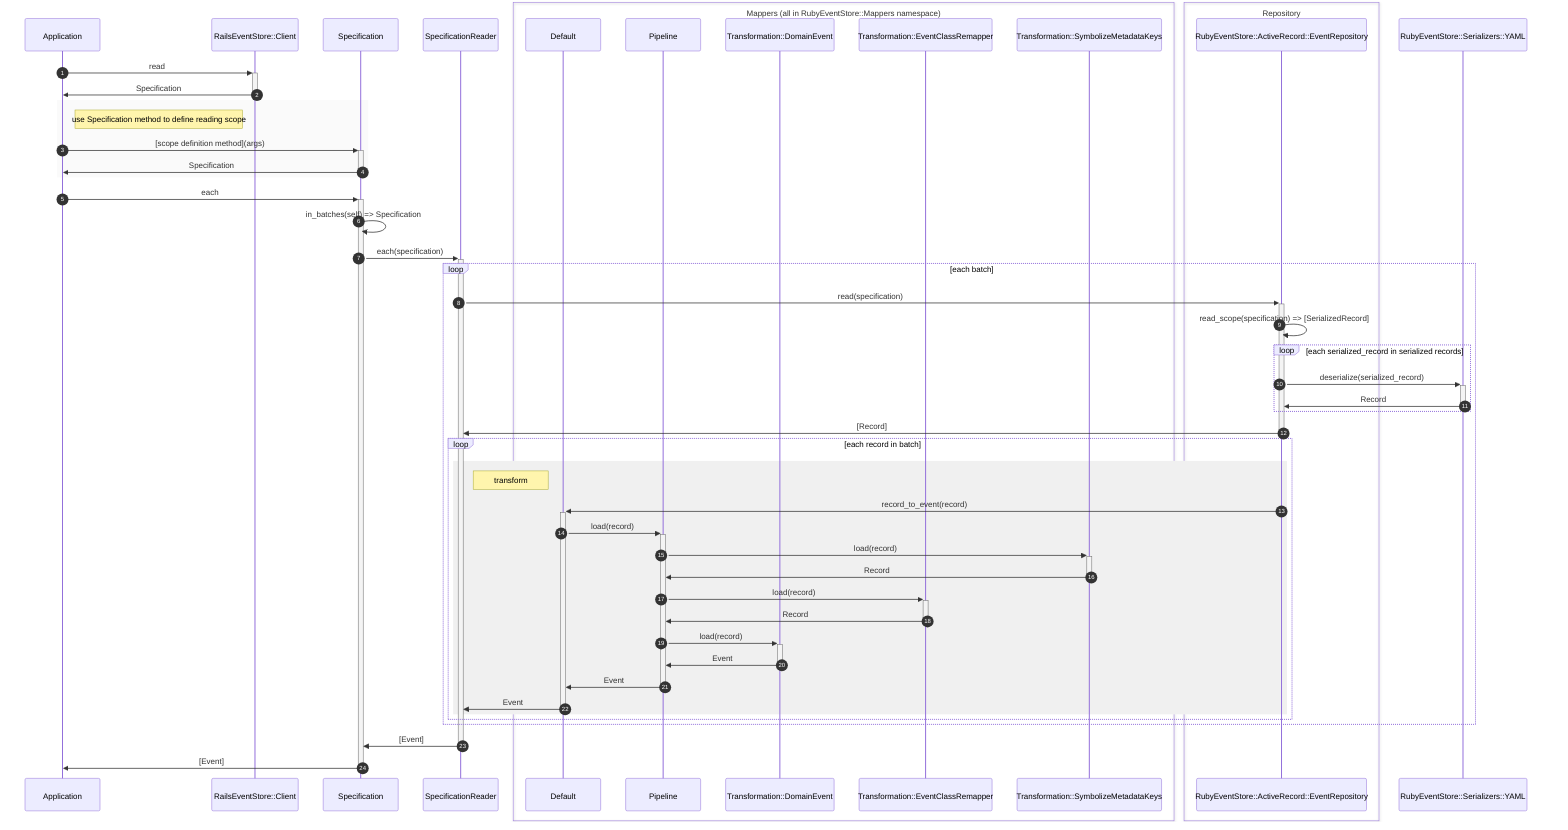
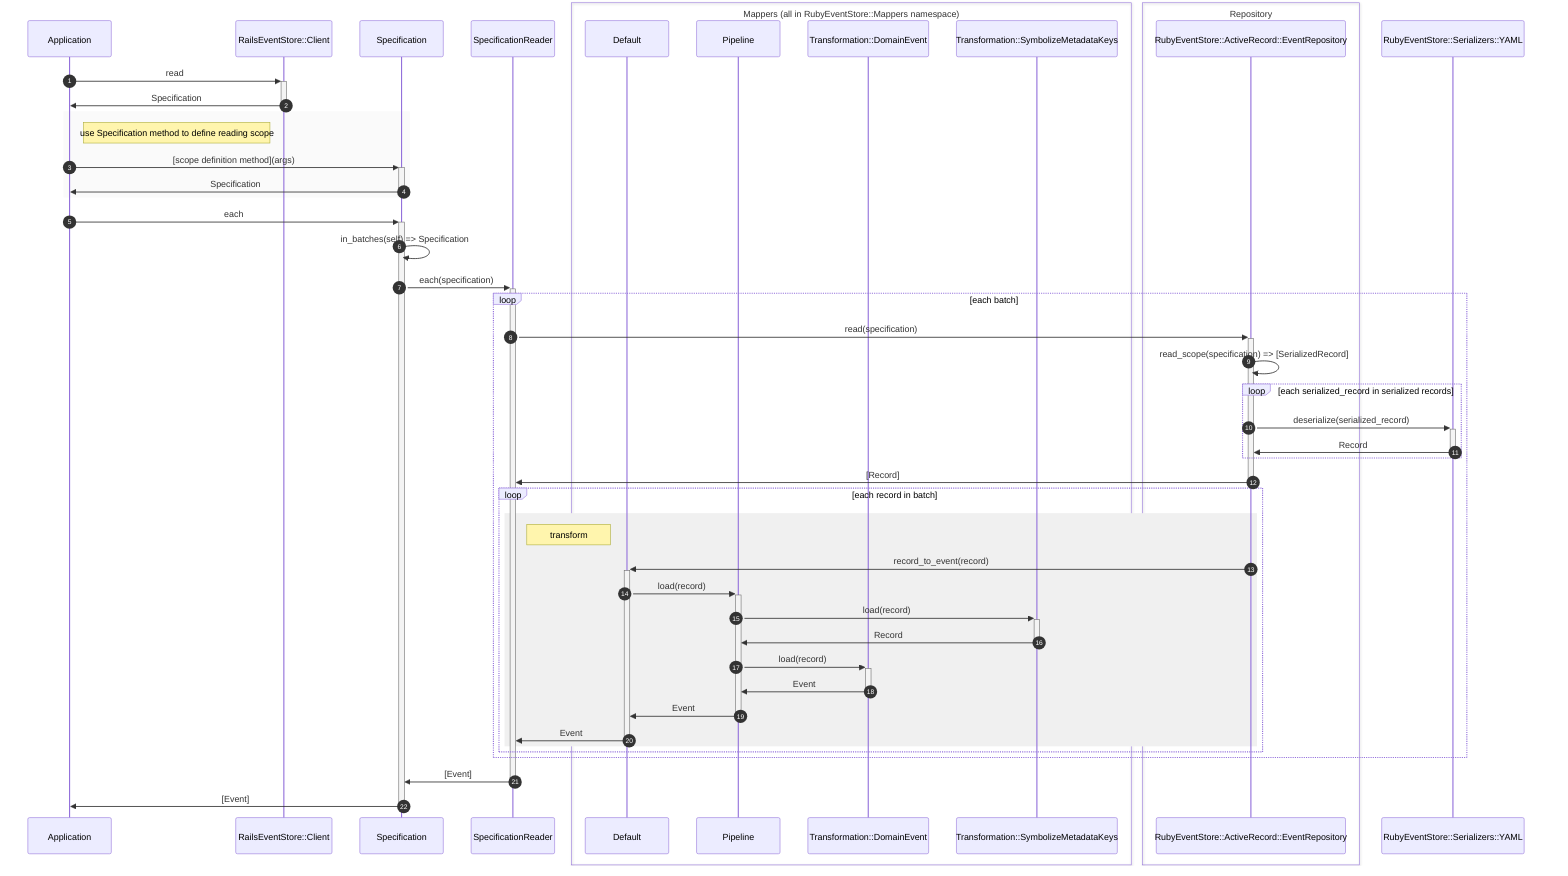
sequenceDiagram
  autonumber
  participant a as Application
  participant c as RailsEventStore::Client
  participant s as Specification
  participant sr as SpecificationReader
  box Mappers (all in RubyEventStore::Mappers namespace)
    participant m as Default
    participant pip as Pipeline
    participant det as Transformation::DomainEvent
-     participant ecr as Transformation::EventClassRemapper
    participant smk as Transformation::SymbolizeMetadataKeys
  end
  box Repository
    participant r as RubyEventStore::ActiveRecord::EventRepository
  end
  participant yaml as RubyEventStore::Serializers::YAML
  a->>+c: read
  c->>-a: Specification
  rect rgb(250, 250, 250)
  note right of a: use Specification method to define reading scope
    a->>+s: [scope definition method](args)
    s->>-a: Specification
  end
  a->>+s: each
    s->>s: in_batches(self) => Specification
    s->>+sr: each(specification)
      loop each batch
        sr->>+r: read(specification)
          r->>r: read_scope(specification) => [SerializedRecord]
          loop each serialized_record in serialized records
            r->>+yaml: deserialize(serialized_record)
            yaml->>-r: Record
          end
        r->>-sr: [Record]
        loop each record in batch
          rect rgb(240, 240, 240)
            note right of sr: transform
            r->>+m: record_to_event(record)
              m->>+pip: load(record)
                pip->>+smk: load(record)
                smk->>-pip: Record
-                 pip->>+ecr: load(record)
-                 ecr->>-pip: Record
                pip->>+det: load(record)
                det->>-pip: Event
              pip->>-m: Event
            m->>-sr: Event
          end
        end
      end
    sr->>-s: [Event]
  s->>-a: [Event]
